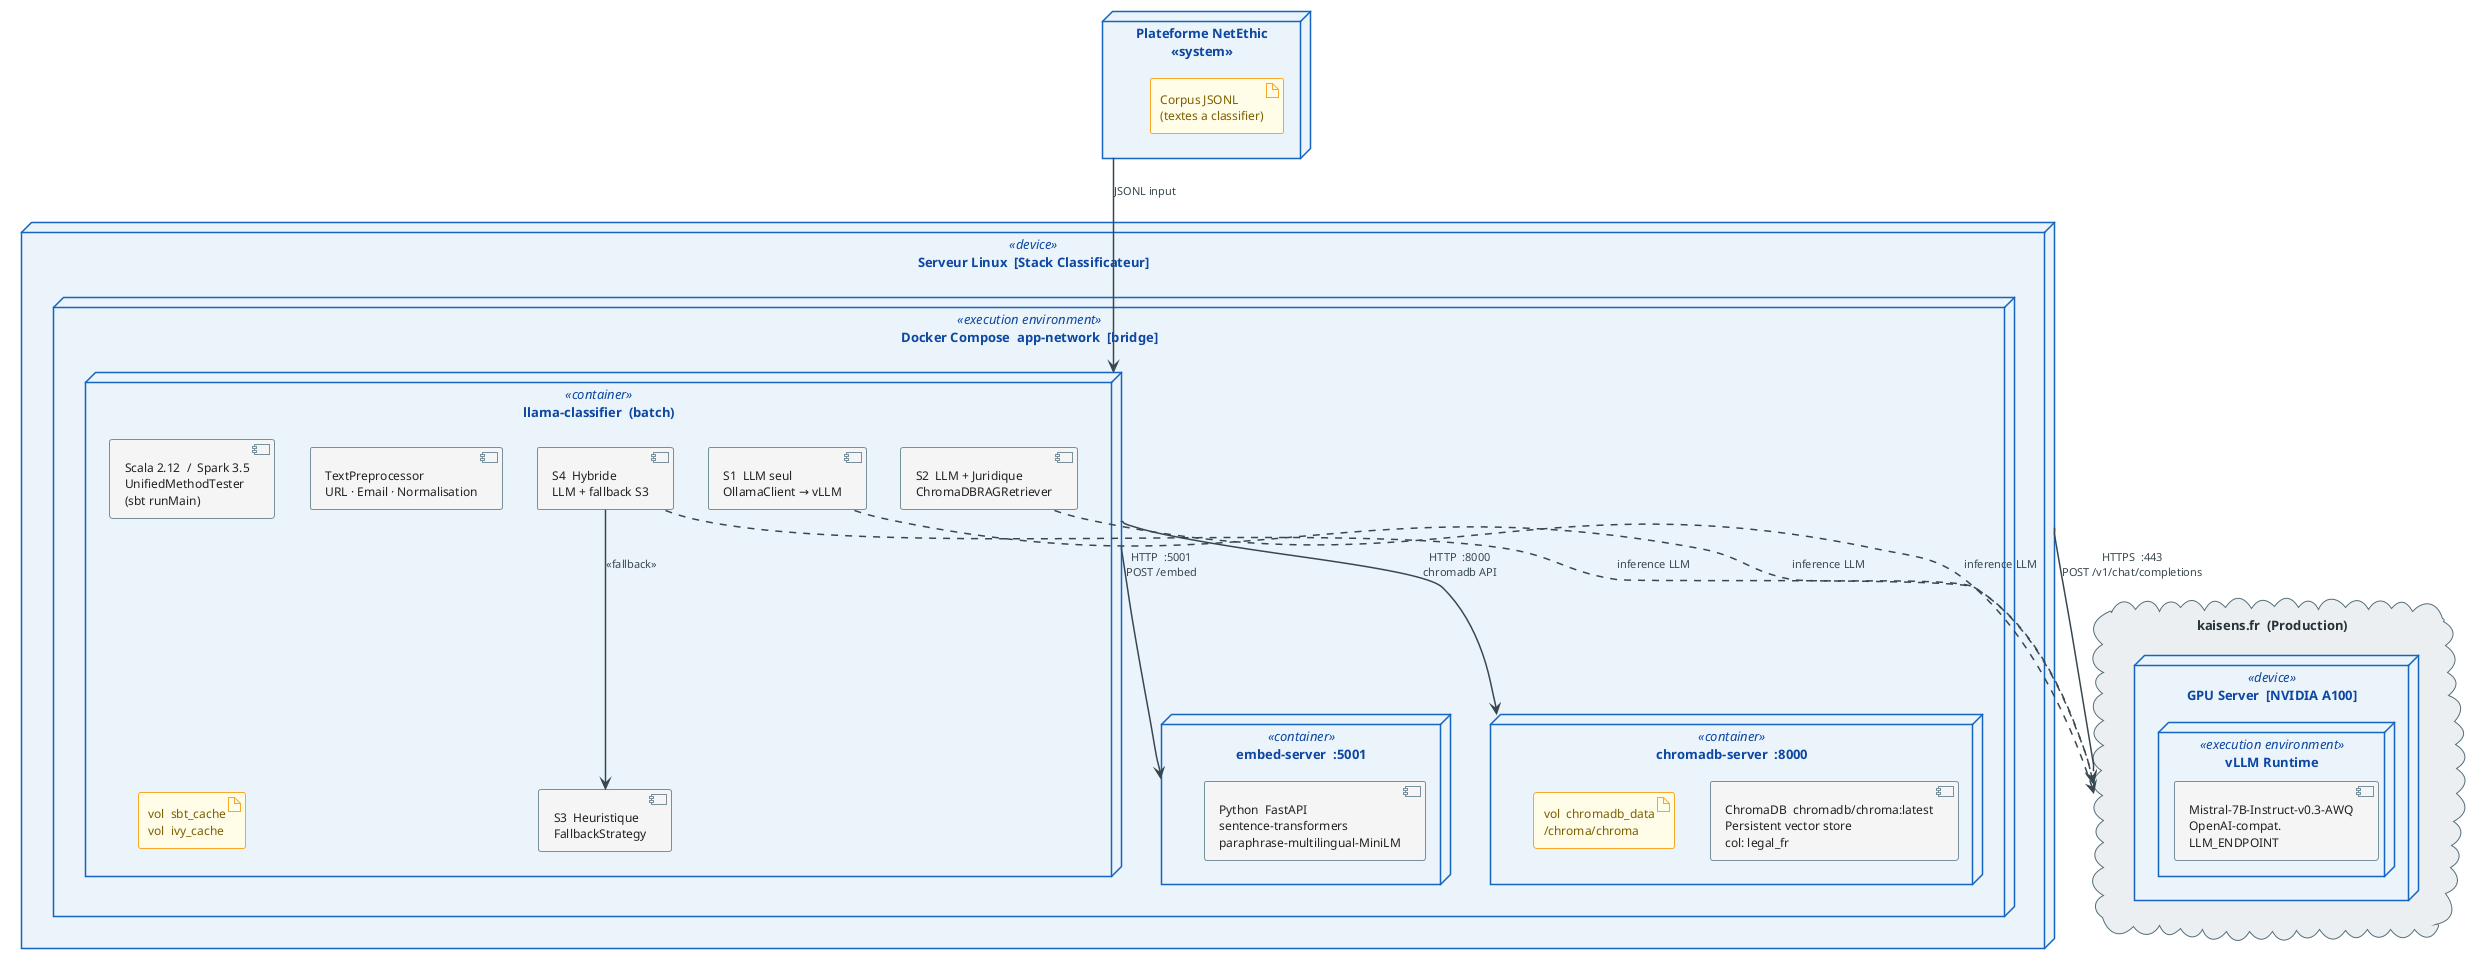
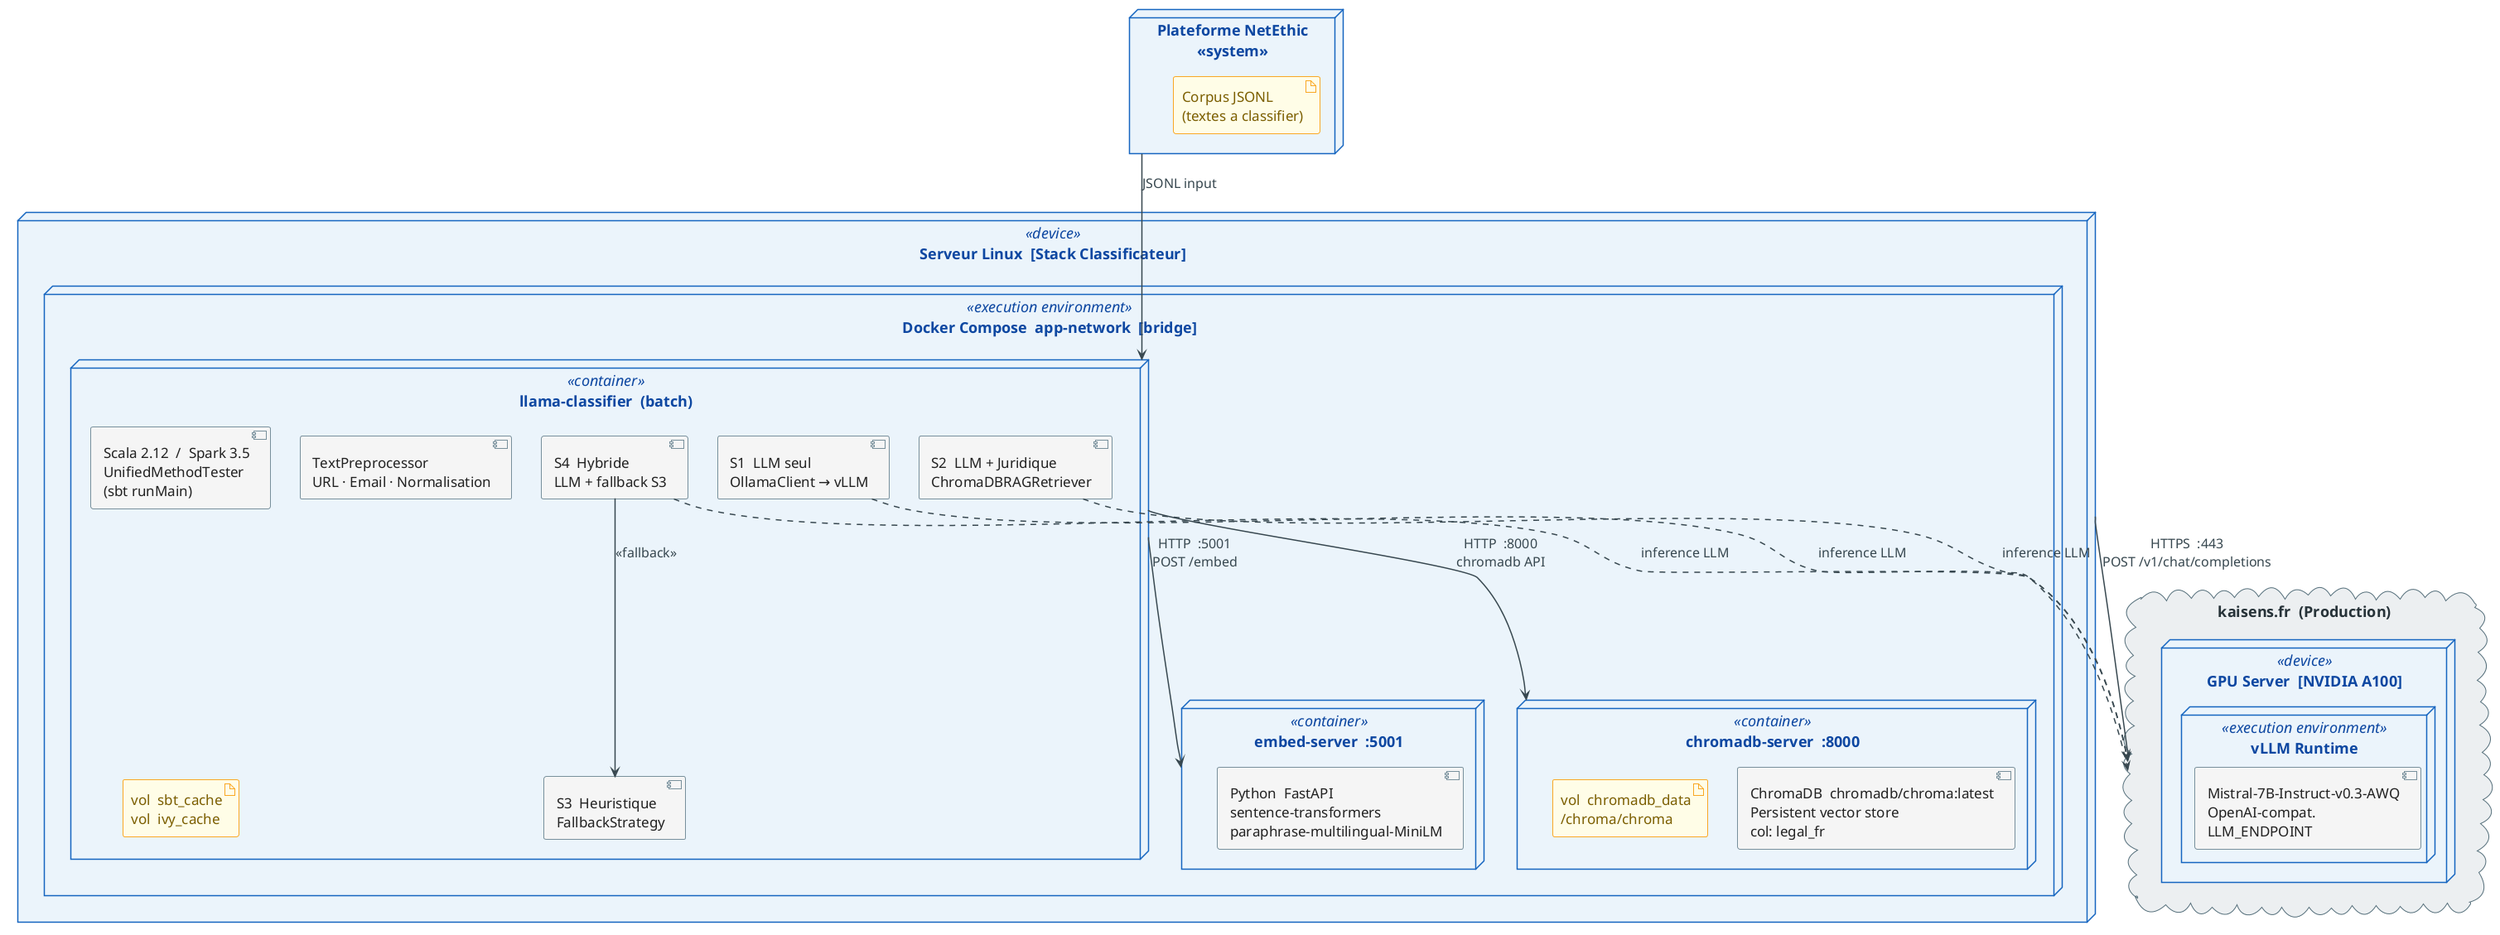
﻿@startuml deploiement_classificateur
!theme plain
skinparam defaultFontName Arial
- skinparam defaultFontSize 13
+ skinparam defaultFontSize 18
skinparam shadowing false

skinparam node {
  BackgroundColor #EBF4FB
  BorderColor     #1565C0
  BorderThickness 1.5
  FontColor       #0D47A1
-   FontSize        13
+   FontSize        18
}
skinparam artifact {
  BackgroundColor #FFFDE7
  BorderColor     #F9A825
  FontColor       #7B5E00
-   FontSize        12
+   FontSize        17
}
skinparam component {
  BackgroundColor #F5F5F5
  BorderColor     #78909C
  FontColor       #212121
-   FontSize        12
+   FontSize        17
}
skinparam cloud {
  BackgroundColor #ECEFF1
  BorderColor     #546E7A
  FontColor       #263238
+   FontSize        18
}
skinparam arrow {
  Color     #37474F
  Thickness 1.5
-   FontSize  11
+   FontSize  16
  FontColor #37474F
}


' ─── CLIENT ────────────────────────────────────────────────
node "Plateforme NetEthic\n<<system>>" as CLI {
  artifact "Corpus JSONL\n(textes a classifier)" as BR
}

' ─── STACK CLASSIFICATEUR ──────────────────────────────────
node "Serveur Linux  [Stack Classificateur]" <<device>> as HOST {
  node "Docker Compose  app-network  [bridge]" <<execution environment>> as NET {

    node "embed-server  :5001" <<container>> as EMB {
      component "Python  FastAPI\nsentence-transformers\nparaphrase-multilingual-MiniLM" as SVC_EMB
    }

    node "chromadb-server  :8000" <<container>> as CHR {
      component "ChromaDB  chromadb/chroma:latest\nPersistent vector store\ncol: legal_fr" as SVC_CHR
      artifact "vol  chromadb_data\n/chroma/chroma" as VOL_CHR
    }

    node "llama-classifier  (batch)" <<container>> as APP {
      component "Scala 2.12  /  Spark 3.5\nUnifiedMethodTester\n(sbt runMain)" as SVC_SBT
      component "S1  LLM seul\nOllamaClient → vLLM" as S1
      component "S2  LLM + Juridique\nChromaDBRAGRetriever" as S2
      component "S3  Heuristique\nFallbackStrategy" as S3
      component "S4  Hybride\nLLM + fallback S3" as S4
      component "TextPreprocessor\nURL · Email · Normalisation" as PREP
      artifact "vol  sbt_cache\nvol  ivy_cache" as VOL_SBT
    }
  }
}

' ─── LLM EXTERNE ───────────────────────────────────────────
cloud "kaisens.fr  (Production)" as EXT {
  node "GPU Server  [NVIDIA A100]" <<device>> as GPU {
    node "vLLM Runtime" <<execution environment>> as VR {
      component "Mistral-7B-Instruct-v0.3-AWQ\nOpenAI-compat.\nLLM_ENDPOINT" as LLM_PROD
    }
  }
}

' ─── CONNEXIONS ────────────────────────────────────────────
CLI   -->  APP  : JSONL input
HOST  --   EXT  : HTTPS  :443\nPOST /v1/chat/completions

APP   -->  EMB  : HTTP  :5001\nPOST /embed
APP   -->  CHR  : HTTP  :8000\nchromadb API
S4    -->  S3   : <<fallback>>

S1   ..>  EXT  : inference LLM
S2   ..>  EXT  : inference LLM
S4   ..>  EXT  : inference LLM

@enduml
